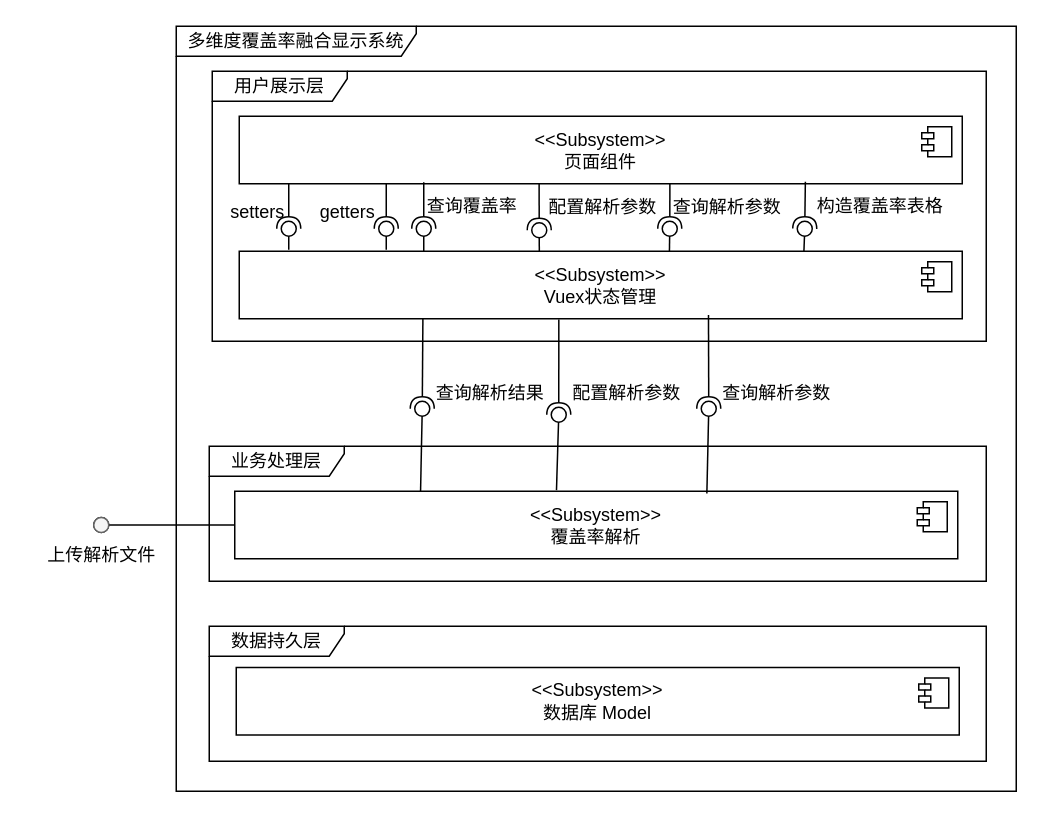
Skydevourer-0/HUSTER-CS keeps this draw.io diagram as 软件工程/未命名绘图.drawio. Above is the earlier version. Source tidied: cells renumbered, new cells numbered last; positions are measured from the earlier drawing's top-left corner, leaving out a move shared by most shapes. Both pictures are drawn from the tidied source at 150%, with x=0, y=0 at pixel (26, 26).
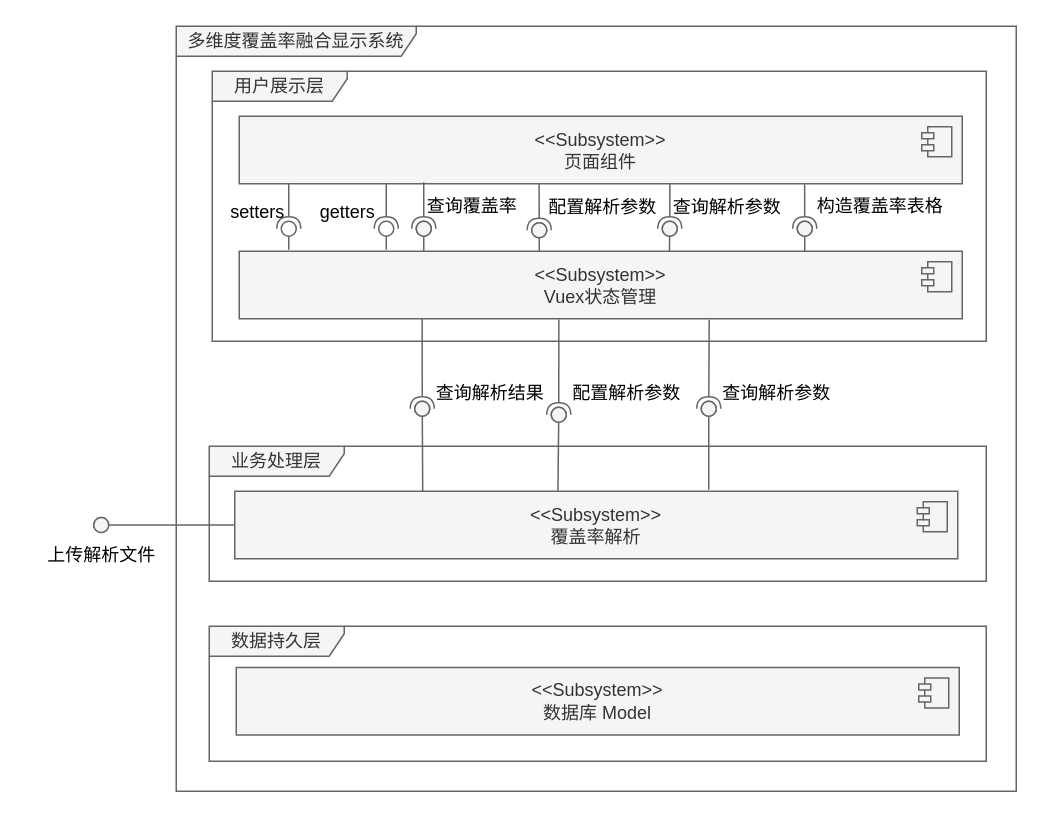
The same diagram, later.

Commit message:
更新未命名绘图.drawio

Unchanged cells that the change refers to:
```xml
<mxCell id="49" value="&lt;p&gt;&lt;br&gt;&lt;/p&gt;" style="ellipse;whiteSpace=wrap;html=1;align=center;fillColor=#f5f5f5;strokeColor=#666666;perimeter=centerPerimeter;points=[];outlineConnect=1;fillOpacity=100;shadow=0;fontColor=#333333;" parent="1" vertex="1">
  <mxGeometry x="45" y="327.5" width="10" height="10" as="geometry" />
</mxCell>
```

The edit, as a diff of the source:
```diff
@@
-    <mxCell id="2" value="多维度覆盖率融合显示系统" style="shape=umlFrame;whiteSpace=wrap;html=1;width=160;height=20;" parent="1" vertex="1">
+    <mxCell id="2" value="多维度覆盖率融合显示系统" style="shape=umlFrame;whiteSpace=wrap;html=1;width=160;height=20;fillColor=#f5f5f5;strokeColor=#666666;fontColor=#333333;" parent="1" vertex="1">
       <mxGeometry x="100" width="560" height="510" as="geometry" />
     </mxCell>
-    <mxCell id="3" value="用户展示层" style="shape=umlFrame;whiteSpace=wrap;html=1;width=90;height=20;" parent="2" vertex="1">
+    <mxCell id="3" value="用户展示层" style="shape=umlFrame;whiteSpace=wrap;html=1;width=90;height=20;fillColor=#f5f5f5;strokeColor=#666666;fontColor=#333333;" parent="2" vertex="1">
       <mxGeometry x="24" y="30" width="516" height="180" as="geometry" />
     </mxCell>
-    <mxCell id="4" value="&lt;div&gt;&amp;lt;&amp;lt;Subsystem&amp;gt;&amp;gt;&lt;/div&gt;&lt;div&gt;Vuex状态管理&lt;/div&gt;" style="html=1;whiteSpace=wrap;" parent="3" vertex="1">
+    <mxCell id="4" value="&lt;div&gt;&amp;lt;&amp;lt;Subsystem&amp;gt;&amp;gt;&lt;/div&gt;&lt;div&gt;Vuex状态管理&lt;/div&gt;" style="html=1;whiteSpace=wrap;fillColor=#f5f5f5;strokeColor=#666666;fontColor=#333333;" parent="3" vertex="1">
       <mxGeometry x="18" y="120" width="482" height="45" as="geometry" />
     </mxCell>
-    <mxCell id="5" style="shape=module;jettyWidth=8;jettyHeight=4;" parent="4" vertex="1">
+    <mxCell id="5" style="shape=module;jettyWidth=8;jettyHeight=4;fillColor=#f5f5f5;strokeColor=#666666;fontColor=#333333;" parent="4" vertex="1">
       <mxGeometry x="1" width="20" height="20" relative="1" as="geometry">
         <mxPoint x="-27" y="7" as="offset" />
       </mxGeometry>
     </mxCell>
-    <mxCell id="6" value="&lt;div&gt;&amp;lt;&amp;lt;Subsystem&amp;gt;&amp;gt;&lt;/div&gt;&lt;div&gt;页面组件&lt;/div&gt;" style="html=1;whiteSpace=wrap;" parent="3" vertex="1">
+    <mxCell id="6" value="&lt;div&gt;&amp;lt;&amp;lt;Subsystem&amp;gt;&amp;gt;&lt;/div&gt;&lt;div&gt;页面组件&lt;/div&gt;" style="html=1;whiteSpace=wrap;fillColor=#f5f5f5;strokeColor=#666666;fontColor=#333333;" parent="3" vertex="1">
       <mxGeometry x="18" y="30" width="482" height="45" as="geometry" />
     </mxCell>
-    <mxCell id="7" style="shape=module;jettyWidth=8;jettyHeight=4;" parent="6" vertex="1">
+    <mxCell id="7" style="shape=module;jettyWidth=8;jettyHeight=4;fillColor=#f5f5f5;strokeColor=#666666;fontColor=#333333;" parent="6" vertex="1">
       <mxGeometry x="1" width="20" height="20" relative="1" as="geometry">
         <mxPoint x="-27" y="7" as="offset" />
       </mxGeometry>
     </mxCell>
-    <mxCell id="8" style="rounded=0;orthogonalLoop=1;jettySize=auto;html=1;endArrow=halfCircle;endFill=0;endSize=6;strokeWidth=1;sketch=0;" parent="3" edge="1">
+    <mxCell id="8" style="rounded=0;orthogonalLoop=1;jettySize=auto;html=1;endArrow=halfCircle;endFill=0;endSize=6;strokeWidth=1;sketch=0;fillColor=#f5f5f5;strokeColor=#666666;" parent="3" edge="1">
       <mxGeometry relative="1" as="geometry">
         <mxPoint x="51" y="75" as="sourcePoint" />
         <mxPoint x="51" y="105" as="targetPoint" />
       </mxGeometry>
     </mxCell>
-    <mxCell id="9" style="rounded=0;orthogonalLoop=1;jettySize=auto;html=1;endArrow=oval;endFill=0;sketch=0;sourcePerimeterSpacing=0;targetPerimeterSpacing=0;endSize=10;" parent="3" edge="1">
+    <mxCell id="9" style="rounded=0;orthogonalLoop=1;jettySize=auto;html=1;endArrow=oval;endFill=0;sketch=0;sourcePerimeterSpacing=0;targetPerimeterSpacing=0;endSize=10;fillColor=#f5f5f5;strokeColor=#666666;" parent="3" edge="1">
       <mxGeometry relative="1" as="geometry">
         <mxPoint x="51" y="119" as="sourcePoint" />
         <mxPoint x="51" y="105" as="targetPoint" />
       </mxGeometry>
     </mxCell>
-    <mxCell id="10" value="setters" style="text;html=1;align=center;verticalAlign=middle;strokeColor=none;fillColor=none;" parent="3" vertex="1">
+    <mxCell id="10" value="setters" style="text;html=1;align=center;verticalAlign=middle;" parent="3" vertex="1">
       <mxGeometry y="79" width="60" height="30" as="geometry" />
     </mxCell>
-    <mxCell id="11" style="rounded=0;orthogonalLoop=1;jettySize=auto;html=1;endArrow=halfCircle;endFill=0;endSize=6;strokeWidth=1;sketch=0;exitX=0.087;exitY=1.002;exitDx=0;exitDy=0;exitPerimeter=0;" parent="3" edge="1">
+    <mxCell id="11" style="rounded=0;orthogonalLoop=1;jettySize=auto;html=1;endArrow=halfCircle;endFill=0;endSize=6;strokeWidth=1;sketch=0;exitX=0.087;exitY=1.002;exitDx=0;exitDy=0;exitPerimeter=0;fillColor=#f5f5f5;strokeColor=#666666;" parent="3" edge="1">
       <mxGeometry relative="1" as="geometry">
         <mxPoint x="116" y="75" as="sourcePoint" />
         <mxPoint x="116" y="105" as="targetPoint" />
       </mxGeometry>
     </mxCell>
-    <mxCell id="12" style="rounded=0;orthogonalLoop=1;jettySize=auto;html=1;endArrow=oval;endFill=0;sketch=0;sourcePerimeterSpacing=0;targetPerimeterSpacing=0;endSize=10;" parent="3" edge="1">
+    <mxCell id="12" style="rounded=0;orthogonalLoop=1;jettySize=auto;html=1;endArrow=oval;endFill=0;sketch=0;sourcePerimeterSpacing=0;targetPerimeterSpacing=0;endSize=10;fillColor=#f5f5f5;strokeColor=#666666;" parent="3" edge="1">
       <mxGeometry relative="1" as="geometry">
         <mxPoint x="116" y="119" as="sourcePoint" />
         <mxPoint x="116" y="105" as="targetPoint" />
       </mxGeometry>
     </mxCell>
-    <mxCell id="13" value="getters" style="text;html=1;align=center;verticalAlign=middle;strokeColor=none;fillColor=none;" parent="3" vertex="1">
+    <mxCell id="13" value="getters" style="text;html=1;align=center;verticalAlign=middle;" parent="3" vertex="1">
       <mxGeometry x="60" y="79" width="60" height="30" as="geometry" />
     </mxCell>
-    <mxCell id="14" style="rounded=0;jettySize=auto;html=1;endArrow=halfCircle;endFill=0;endSize=6;strokeWidth=1;sketch=0;exitX=0.394;exitY=0.981;exitDx=0;exitDy=0;exitPerimeter=0;" parent="3" edge="1" target="16">
+    <mxCell id="14" style="rounded=0;jettySize=auto;html=1;endArrow=halfCircle;endFill=0;endSize=6;strokeWidth=1;sketch=0;exitX=0.394;exitY=0.981;exitDx=0;exitDy=0;exitPerimeter=0;fillColor=#f5f5f5;strokeColor=#666666;" parent="3" edge="1" target="16">
       <mxGeometry relative="1" as="geometry">
         <mxPoint x="217.9" y="75.2" as="sourcePoint" />
       </mxGeometry>
     </mxCell>
-    <mxCell id="15" style="rounded=0;jettySize=auto;html=1;endArrow=oval;endFill=0;sketch=0;sourcePerimeterSpacing=0;targetPerimeterSpacing=0;endSize=10;exitX=0.415;exitY=0.003;exitDx=0;exitDy=0;exitPerimeter=0;" parent="3" edge="1" source="4" target="16">
+    <mxCell id="15" style="rounded=0;jettySize=auto;html=1;endArrow=oval;endFill=0;sketch=0;sourcePerimeterSpacing=0;targetPerimeterSpacing=0;endSize=10;exitX=0.415;exitY=0.003;exitDx=0;exitDy=0;exitPerimeter=0;fillColor=#f5f5f5;strokeColor=#666666;" parent="3" edge="1" source="4" target="16">
       <mxGeometry relative="1" as="geometry" />
     </mxCell>
-    <mxCell id="16" style="ellipse;whiteSpace=wrap;html=1;align=center;fillColor=none;strokeColor=none;perimeter=centerPerimeter;points=[];outlineConnect=1;" parent="3" vertex="1">
+    <mxCell id="16" style="ellipse;whiteSpace=wrap;html=1;align=center;fillColor=#f5f5f5;strokeColor=#666666;perimeter=centerPerimeter;points=[];outlineConnect=1;fontColor=#333333;" parent="3" vertex="1">
       <mxGeometry x="213" y="101" width="10" height="10" as="geometry" />
     </mxCell>
-    <mxCell id="17" value="配置解析参数" style="text;html=1;align=center;verticalAlign=middle;strokeColor=none;fillColor=none;" parent="3" vertex="1">
+    <mxCell id="17" value="配置解析参数" style="text;html=1;align=center;verticalAlign=middle;" parent="3" vertex="1">
       <mxGeometry x="210" y="76" width="100" height="30" as="geometry" />
     </mxCell>
-    <mxCell id="18" style="rounded=0;jettySize=auto;html=1;endArrow=halfCircle;endFill=0;endSize=6;strokeWidth=1;sketch=0;exitX=0.575;exitY=0.977;exitDx=0;exitDy=0;exitPerimeter=0;" parent="3" edge="1" target="20">
+    <mxCell id="18" style="rounded=0;jettySize=auto;html=1;endArrow=halfCircle;endFill=0;endSize=6;strokeWidth=1;sketch=0;exitX=0.575;exitY=0.977;exitDx=0;exitDy=0;exitPerimeter=0;fillColor=#f5f5f5;strokeColor=#666666;" parent="3" edge="1" target="20">
       <mxGeometry relative="1" as="geometry">
         <mxPoint x="305.1" y="75" as="sourcePoint" />
       </mxGeometry>
     </mxCell>
-    <mxCell id="19" style="rounded=0;jettySize=auto;html=1;endArrow=oval;endFill=0;sketch=0;sourcePerimeterSpacing=0;targetPerimeterSpacing=0;endSize=10;exitX=0.595;exitY=-0.004;exitDx=0;exitDy=0;exitPerimeter=0;" parent="3" edge="1" source="4" target="20">
+    <mxCell id="19" style="rounded=0;jettySize=auto;html=1;endArrow=oval;endFill=0;sketch=0;sourcePerimeterSpacing=0;targetPerimeterSpacing=0;endSize=10;exitX=0.595;exitY=-0.004;exitDx=0;exitDy=0;exitPerimeter=0;fillColor=#f5f5f5;strokeColor=#666666;" parent="3" edge="1" source="4" target="20">
       <mxGeometry relative="1" as="geometry" />
     </mxCell>
-    <mxCell id="20" style="ellipse;whiteSpace=wrap;html=1;align=center;fillColor=none;strokeColor=none;perimeter=centerPerimeter;points=[];outlineConnect=1;" parent="3" vertex="1">
+    <mxCell id="20" style="ellipse;whiteSpace=wrap;html=1;align=center;fillColor=#f5f5f5;strokeColor=#666666;perimeter=centerPerimeter;points=[];outlineConnect=1;fontColor=#333333;" parent="3" vertex="1">
       <mxGeometry x="300" y="100" width="10" height="10" as="geometry" />
     </mxCell>
-    <mxCell id="21" value="查询解析参数" style="text;html=1;align=center;verticalAlign=middle;strokeColor=none;fillColor=none;" parent="3" vertex="1">
+    <mxCell id="21" value="查询解析参数" style="text;html=1;align=center;verticalAlign=middle;" parent="3" vertex="1">
       <mxGeometry x="293" y="76" width="100" height="30" as="geometry" />
     </mxCell>
-    <mxCell id="22" style="rounded=0;jettySize=auto;html=1;endArrow=halfCircle;endFill=0;endSize=6;strokeWidth=1;sketch=0;exitX=0.783;exitY=0.97;exitDx=0;exitDy=0;exitPerimeter=0;" parent="3" edge="1" source="6" target="24">
+    <mxCell id="22" style="rounded=0;jettySize=auto;html=1;endArrow=halfCircle;endFill=0;endSize=6;strokeWidth=1;sketch=0;exitX=0.782;exitY=1.008;exitDx=0;exitDy=0;exitPerimeter=0;fillColor=#f5f5f5;strokeColor=#666666;" parent="3" edge="1" source="6" target="24">
       <mxGeometry relative="1" as="geometry" />
     </mxCell>
-    <mxCell id="23" style="rounded=0;jettySize=auto;html=1;endArrow=oval;endFill=0;sketch=0;sourcePerimeterSpacing=0;targetPerimeterSpacing=0;endSize=10;exitX=0.781;exitY=0.007;exitDx=0;exitDy=0;exitPerimeter=0;" parent="3" edge="1" source="4" target="24">
-      <mxGeometry relative="1" as="geometry" />
+    <mxCell id="23" style="rounded=0;jettySize=auto;html=1;endArrow=oval;endFill=0;sketch=0;sourcePerimeterSpacing=0;targetPerimeterSpacing=0;endSize=10;fillColor=#f5f5f5;strokeColor=#666666;" parent="3" edge="1" target="24">
+      <mxGeometry relative="1" as="geometry">
+        <mxPoint x="395" y="120" as="sourcePoint" />
+      </mxGeometry>
     </mxCell>
-    <mxCell id="24" style="ellipse;whiteSpace=wrap;html=1;align=center;fillColor=none;strokeColor=none;perimeter=centerPerimeter;points=[];outlineConnect=1;" parent="3" vertex="1">
+    <mxCell id="24" style="ellipse;whiteSpace=wrap;html=1;align=center;fillColor=#f5f5f5;strokeColor=#666666;perimeter=centerPerimeter;points=[];outlineConnect=1;fontColor=#333333;" parent="3" vertex="1">
       <mxGeometry x="390" y="100" width="10" height="10" as="geometry" />
     </mxCell>
-    <mxCell id="25" value="构造覆盖率表格" style="text;html=1;align=center;verticalAlign=middle;strokeColor=none;fillColor=none;" parent="3" vertex="1">
+    <mxCell id="25" value="构造覆盖率表格" style="text;html=1;align=center;verticalAlign=middle;" parent="3" vertex="1">
       <mxGeometry x="390" y="75" width="110" height="30" as="geometry" />
     </mxCell>
-    <mxCell id="26" style="rounded=0;jettySize=auto;html=1;endArrow=halfCircle;endFill=0;endSize=6;strokeWidth=1;sketch=0;exitX=0.394;exitY=0.981;exitDx=0;exitDy=0;exitPerimeter=0;" parent="3" edge="1" target="28">
+    <mxCell id="26" style="rounded=0;jettySize=auto;html=1;endArrow=halfCircle;endFill=0;endSize=6;strokeWidth=1;sketch=0;exitX=0.394;exitY=0.981;exitDx=0;exitDy=0;exitPerimeter=0;fillColor=#f5f5f5;strokeColor=#666666;" parent="3" edge="1" target="28">
       <mxGeometry relative="1" as="geometry">
         <mxPoint x="141" y="74" as="sourcePoint" />
       </mxGeometry>
     </mxCell>
-    <mxCell id="27" style="rounded=0;jettySize=auto;html=1;endArrow=oval;endFill=0;sketch=0;sourcePerimeterSpacing=0;targetPerimeterSpacing=0;endSize=10;exitX=0.395;exitY=-0.009;exitDx=0;exitDy=0;exitPerimeter=0;" parent="3" edge="1" target="28">
+    <mxCell id="27" style="rounded=0;jettySize=auto;html=1;endArrow=oval;endFill=0;sketch=0;sourcePerimeterSpacing=0;targetPerimeterSpacing=0;endSize=10;exitX=0.395;exitY=-0.009;exitDx=0;exitDy=0;exitPerimeter=0;fillColor=#f5f5f5;strokeColor=#666666;" parent="3" edge="1" target="28">
       <mxGeometry relative="1" as="geometry">
         <mxPoint x="141" y="120" as="sourcePoint" />
       </mxGeometry>
     </mxCell>
-    <mxCell id="28" style="ellipse;whiteSpace=wrap;html=1;align=center;fillColor=none;strokeColor=none;perimeter=centerPerimeter;points=[];outlineConnect=1;" parent="3" vertex="1">
+    <mxCell id="28" style="ellipse;whiteSpace=wrap;html=1;align=center;fillColor=#f5f5f5;strokeColor=#666666;perimeter=centerPerimeter;points=[];outlineConnect=1;fontColor=#333333;" parent="3" vertex="1">
       <mxGeometry x="136" y="100" width="10" height="10" as="geometry" />
     </mxCell>
-    <mxCell id="29" value="查询覆盖率" style="text;html=1;align=center;verticalAlign=middle;strokeColor=none;fillColor=none;" parent="3" vertex="1">
+    <mxCell id="29" value="查询覆盖率" style="text;html=1;align=center;verticalAlign=middle;" parent="3" vertex="1">
       <mxGeometry x="133" y="75" width="80" height="30" as="geometry" />
     </mxCell>
-    <mxCell id="30" value="业务处理层" style="shape=umlFrame;whiteSpace=wrap;html=1;width=90;height=20;" parent="2" vertex="1">
+    <mxCell id="30" value="业务处理层" style="shape=umlFrame;whiteSpace=wrap;html=1;width=90;height=20;fillColor=#f5f5f5;strokeColor=#666666;fontColor=#333333;" parent="2" vertex="1">
       <mxGeometry x="22" y="280" width="518" height="90" as="geometry" />
     </mxCell>
-    <mxCell id="31" value="&lt;div&gt;&amp;lt;&amp;lt;Subsystem&amp;gt;&amp;gt;&lt;/div&gt;&lt;div&gt;覆盖率解析&lt;/div&gt;" style="html=1;whiteSpace=wrap;" parent="30" vertex="1">
+    <mxCell id="31" value="&lt;div&gt;&amp;lt;&amp;lt;Subsystem&amp;gt;&amp;gt;&lt;/div&gt;&lt;div&gt;覆盖率解析&lt;/div&gt;" style="html=1;whiteSpace=wrap;fillColor=#f5f5f5;strokeColor=#666666;fontColor=#333333;" parent="30" vertex="1">
       <mxGeometry x="17" y="30" width="482" height="45" as="geometry" />
     </mxCell>
-    <mxCell id="32" style="shape=module;jettyWidth=8;jettyHeight=4;" parent="31" vertex="1">
+    <mxCell id="32" style="shape=module;jettyWidth=8;jettyHeight=4;fillColor=#f5f5f5;strokeColor=#666666;fontColor=#333333;" parent="31" vertex="1">
       <mxGeometry x="1" width="20" height="20" relative="1" as="geometry">
         <mxPoint x="-27" y="7" as="offset" />
       </mxGeometry>
     </mxCell>
-    <mxCell id="33" value="数据持久层" style="shape=umlFrame;whiteSpace=wrap;html=1;width=90;height=20;" parent="2" vertex="1">
+    <mxCell id="33" value="数据持久层" style="shape=umlFrame;whiteSpace=wrap;html=1;width=90;height=20;fillColor=#f5f5f5;strokeColor=#666666;fontColor=#333333;" parent="2" vertex="1">
       <mxGeometry x="22" y="400" width="518" height="90" as="geometry" />
     </mxCell>
-    <mxCell id="34" value="&lt;div&gt;&amp;lt;&amp;lt;Subsystem&amp;gt;&amp;gt;&lt;/div&gt;数据库 Model" style="html=1;whiteSpace=wrap;" parent="33" vertex="1">
+    <mxCell id="34" value="&lt;div&gt;&amp;lt;&amp;lt;Subsystem&amp;gt;&amp;gt;&lt;/div&gt;数据库 Model" style="html=1;whiteSpace=wrap;fillColor=#f5f5f5;strokeColor=#666666;fontColor=#333333;" parent="33" vertex="1">
       <mxGeometry x="18" y="27.5" width="482" height="45" as="geometry" />
     </mxCell>
-    <mxCell id="35" style="shape=module;jettyWidth=8;jettyHeight=4;" parent="34" vertex="1">
+    <mxCell id="35" style="shape=module;jettyWidth=8;jettyHeight=4;fillColor=#f5f5f5;strokeColor=#666666;fontColor=#333333;" parent="34" vertex="1">
       <mxGeometry x="1" width="20" height="20" relative="1" as="geometry">
         <mxPoint x="-27" y="7" as="offset" />
       </mxGeometry>
     </mxCell>
-    <mxCell id="36" style="rounded=0;jettySize=auto;html=1;endArrow=halfCircle;endFill=0;endSize=6;strokeWidth=1;sketch=0;exitX=0.442;exitY=1.013;exitDx=0;exitDy=0;exitPerimeter=0;" parent="2" edge="1" source="4" target="38">
+    <mxCell id="36" style="rounded=0;jettySize=auto;html=1;endArrow=halfCircle;endFill=0;endSize=6;strokeWidth=1;sketch=0;exitX=0.442;exitY=1.013;exitDx=0;exitDy=0;exitPerimeter=0;fillColor=#f5f5f5;strokeColor=#666666;" parent="2" edge="1" source="4" target="38">
       <mxGeometry relative="1" as="geometry" />
     </mxCell>
-    <mxCell id="37" style="rounded=0;jettySize=auto;html=1;endArrow=oval;endFill=0;sketch=0;sourcePerimeterSpacing=0;targetPerimeterSpacing=0;endSize=10;exitX=0.445;exitY=-0.017;exitDx=0;exitDy=0;exitPerimeter=0;" parent="2" edge="1" source="31" target="38">
+    <mxCell id="37" style="rounded=0;jettySize=auto;html=1;endArrow=oval;endFill=0;sketch=0;sourcePerimeterSpacing=0;targetPerimeterSpacing=0;endSize=10;exitX=0.447;exitY=-0.007;exitDx=0;exitDy=0;exitPerimeter=0;fillColor=#f5f5f5;strokeColor=#666666;" parent="2" edge="1" source="31" target="38">
       <mxGeometry relative="1" as="geometry" />
     </mxCell>
-    <mxCell id="38" style="ellipse;whiteSpace=wrap;html=1;align=center;fillColor=none;strokeColor=none;perimeter=centerPerimeter;points=[];outlineConnect=1;" parent="2" vertex="1">
+    <mxCell id="38" style="ellipse;whiteSpace=wrap;html=1;align=center;fillColor=#f5f5f5;strokeColor=#666666;perimeter=centerPerimeter;points=[];outlineConnect=1;fontColor=#333333;" parent="2" vertex="1">
       <mxGeometry x="250" y="254" width="10" height="10" as="geometry" />
     </mxCell>
-    <mxCell id="39" value="配置解析参数" style="text;html=1;align=center;verticalAlign=middle;strokeColor=none;fillColor=none;" parent="2" vertex="1">
+    <mxCell id="39" value="配置解析参数" style="text;html=1;align=center;verticalAlign=middle;" parent="2" vertex="1">
       <mxGeometry x="250" y="230" width="100" height="30" as="geometry" />
     </mxCell>
-    <mxCell id="40" style="rounded=0;jettySize=auto;html=1;endArrow=halfCircle;endFill=0;endSize=6;strokeWidth=1;sketch=0;exitX=0.649;exitY=0.944;exitDx=0;exitDy=0;exitPerimeter=0;" parent="2" edge="1" source="4" target="42">
+    <mxCell id="40" style="rounded=0;jettySize=auto;html=1;endArrow=halfCircle;endFill=0;endSize=6;strokeWidth=1;sketch=0;exitX=0.65;exitY=1.016;exitDx=0;exitDy=0;exitPerimeter=0;fillColor=#f5f5f5;strokeColor=#666666;" parent="2" edge="1" source="4" target="42">
       <mxGeometry relative="1" as="geometry" />
     </mxCell>
-    <mxCell id="41" style="rounded=0;jettySize=auto;html=1;endArrow=oval;endFill=0;sketch=0;sourcePerimeterSpacing=0;targetPerimeterSpacing=0;endSize=10;exitX=0.653;exitY=0.032;exitDx=0;exitDy=0;exitPerimeter=0;" parent="2" edge="1" source="31" target="42">
-      <mxGeometry relative="1" as="geometry" />
+    <mxCell id="41" style="rounded=0;jettySize=auto;html=1;endArrow=oval;endFill=0;sketch=0;sourcePerimeterSpacing=0;targetPerimeterSpacing=0;endSize=10;fillColor=#f5f5f5;strokeColor=#666666;" parent="2" edge="1" target="42">
+      <mxGeometry relative="1" as="geometry">
+        <mxPoint x="355" y="309" as="sourcePoint" />
+      </mxGeometry>
     </mxCell>
-    <mxCell id="42" style="ellipse;whiteSpace=wrap;html=1;align=center;fillColor=none;strokeColor=none;perimeter=centerPerimeter;points=[];outlineConnect=1;" parent="2" vertex="1">
+    <mxCell id="42" style="ellipse;whiteSpace=wrap;html=1;align=center;fillColor=#f5f5f5;strokeColor=#666666;perimeter=centerPerimeter;points=[];outlineConnect=1;fontColor=#333333;" parent="2" vertex="1">
       <mxGeometry x="350" y="250" width="10" height="10" as="geometry" />
     </mxCell>
-    <mxCell id="43" value="查询解析参数" style="text;html=1;align=center;verticalAlign=middle;strokeColor=none;fillColor=none;" parent="2" vertex="1">
+    <mxCell id="43" value="查询解析参数" style="text;html=1;align=center;verticalAlign=middle;" parent="2" vertex="1">
       <mxGeometry x="350" y="230" width="100" height="30" as="geometry" />
     </mxCell>
-    <mxCell id="44" style="rounded=0;jettySize=auto;html=1;endArrow=halfCircle;endFill=0;endSize=6;strokeWidth=1;sketch=0;exitX=0.254;exitY=0.997;exitDx=0;exitDy=0;exitPerimeter=0;" parent="2" edge="1" source="4" target="46">
+    <mxCell id="44" style="rounded=0;jettySize=auto;html=1;endArrow=halfCircle;endFill=0;endSize=6;strokeWidth=1;sketch=0;exitX=0.253;exitY=1.005;exitDx=0;exitDy=0;exitPerimeter=0;fillColor=#f5f5f5;strokeColor=#666666;" parent="2" edge="1" source="4" target="46">
       <mxGeometry relative="1" as="geometry" />
     </mxCell>
-    <mxCell id="45" style="rounded=0;jettySize=auto;html=1;endArrow=oval;endFill=0;sketch=0;sourcePerimeterSpacing=0;targetPerimeterSpacing=0;endSize=10;exitX=0.257;exitY=0;exitDx=0;exitDy=0;exitPerimeter=0;" parent="2" edge="1" source="31" target="46">
+    <mxCell id="45" style="rounded=0;jettySize=auto;html=1;endArrow=oval;endFill=0;sketch=0;sourcePerimeterSpacing=0;targetPerimeterSpacing=0;endSize=10;exitX=0.26;exitY=0.01;exitDx=0;exitDy=0;exitPerimeter=0;fillColor=#f5f5f5;strokeColor=#666666;" parent="2" edge="1" source="31" target="46">
       <mxGeometry relative="1" as="geometry" />
     </mxCell>
-    <mxCell id="46" style="ellipse;whiteSpace=wrap;html=1;align=center;fillColor=none;strokeColor=none;perimeter=centerPerimeter;points=[];outlineConnect=1;" parent="2" vertex="1">
+    <mxCell id="46" style="ellipse;whiteSpace=wrap;html=1;align=center;fillColor=#f5f5f5;strokeColor=#666666;perimeter=centerPerimeter;points=[];outlineConnect=1;fontColor=#333333;" parent="2" vertex="1">
       <mxGeometry x="159" y="250" width="10" height="10" as="geometry" />
     </mxCell>
-    <mxCell id="47" value="查询解析结果" style="text;html=1;align=center;verticalAlign=middle;strokeColor=none;fillColor=none;" parent="2" vertex="1">
+    <mxCell id="47" value="查询解析结果" style="text;html=1;align=center;verticalAlign=middle;" parent="2" vertex="1">
       <mxGeometry x="159" y="230" width="100" height="30" as="geometry" />
     </mxCell>
-    <mxCell id="48" style="rounded=0;jettySize=auto;html=1;endArrow=oval;endFill=0;sketch=0;sourcePerimeterSpacing=0;targetPerimeterSpacing=0;endSize=10;exitX=0;exitY=0.5;exitDx=0;exitDy=0;" parent="1" edge="1" source="31" target="49">
+    <mxCell id="48" style="rounded=0;jettySize=auto;html=1;endArrow=oval;endFill=0;sketch=0;sourcePerimeterSpacing=0;targetPerimeterSpacing=0;endSize=10;exitX=0;exitY=0.5;exitDx=0;exitDy=0;fillColor=#f5f5f5;strokeColor=#666666;" parent="1" edge="1" source="31" target="49">
       <mxGeometry relative="1" as="geometry" />
     </mxCell>
@@
-    <mxCell id="50" value="上传解析文件" style="text;html=1;align=center;verticalAlign=middle;strokeColor=none;fillColor=none;" parent="1" vertex="1">
+    <mxCell id="50" value="上传解析文件" style="text;html=1;align=center;verticalAlign=middle;" parent="1" vertex="1">
       <mxGeometry y="337.5" width="100" height="30" as="geometry" />
     </mxCell>
```
